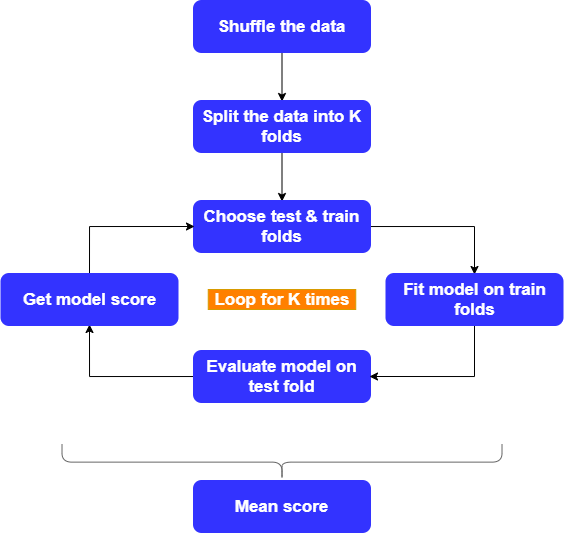
The draw.io diagram Inner_Working_KFold.png in satishgunjal/Images, before a commit. Source tidied: cells renumbered, new cells last; positions are measured from the earlier drawing's top-left corner, leaving out a move shared by most shapes.
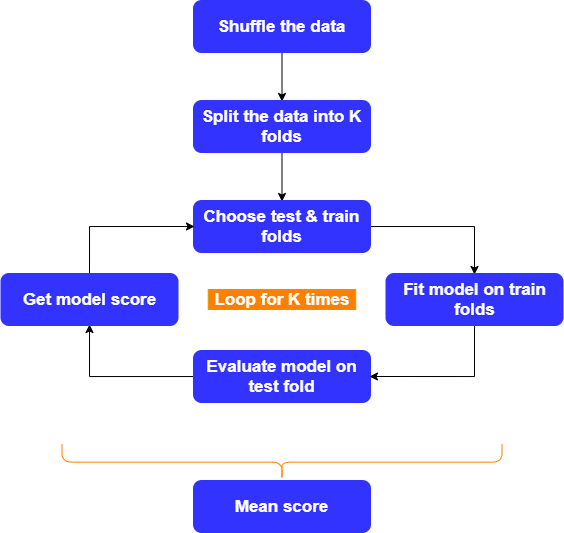
After the commit.

What changed in the source:
```diff
@@ -44,7 +44,7 @@
     <mxCell id="15" value="&lt;span style=&quot;&quot;&gt;Fit model on train folds&lt;/span&gt;&lt;span style=&quot;font-size: 17px&quot;&gt;&lt;br&gt;&lt;/span&gt;" style="rounded=1;whiteSpace=wrap;html=1;absoluteArcSize=1;arcSize=14;strokeWidth=3;fontSize=17;fontStyle=1;fillColor=#3333FF;fontColor=#FFFFFF;strokeColor=#3333FF;" parent="1" vertex="1">
       <mxGeometry x="384.5" y="273" width="175" height="50" as="geometry" />
     </mxCell>
-    <mxCell id="16" style="shape=curlyBracket;whiteSpace=wrap;html=1;rounded=1;strokeColor=#666666;fillColor=#666666;fontColor=#FFFFFF;rotation=-90;" parent="1" vertex="1">
+    <mxCell id="16" style="shape=curlyBracket;whiteSpace=wrap;html=1;rounded=1;fillColor=#666666;fontColor=#FFFFFF;rotation=-90;strokeColor=#FF8000;" parent="1" vertex="1">
       <mxGeometry x="261.4" y="240.6" width="36.2" height="440" as="geometry" />
     </mxCell>
   </root>
```
